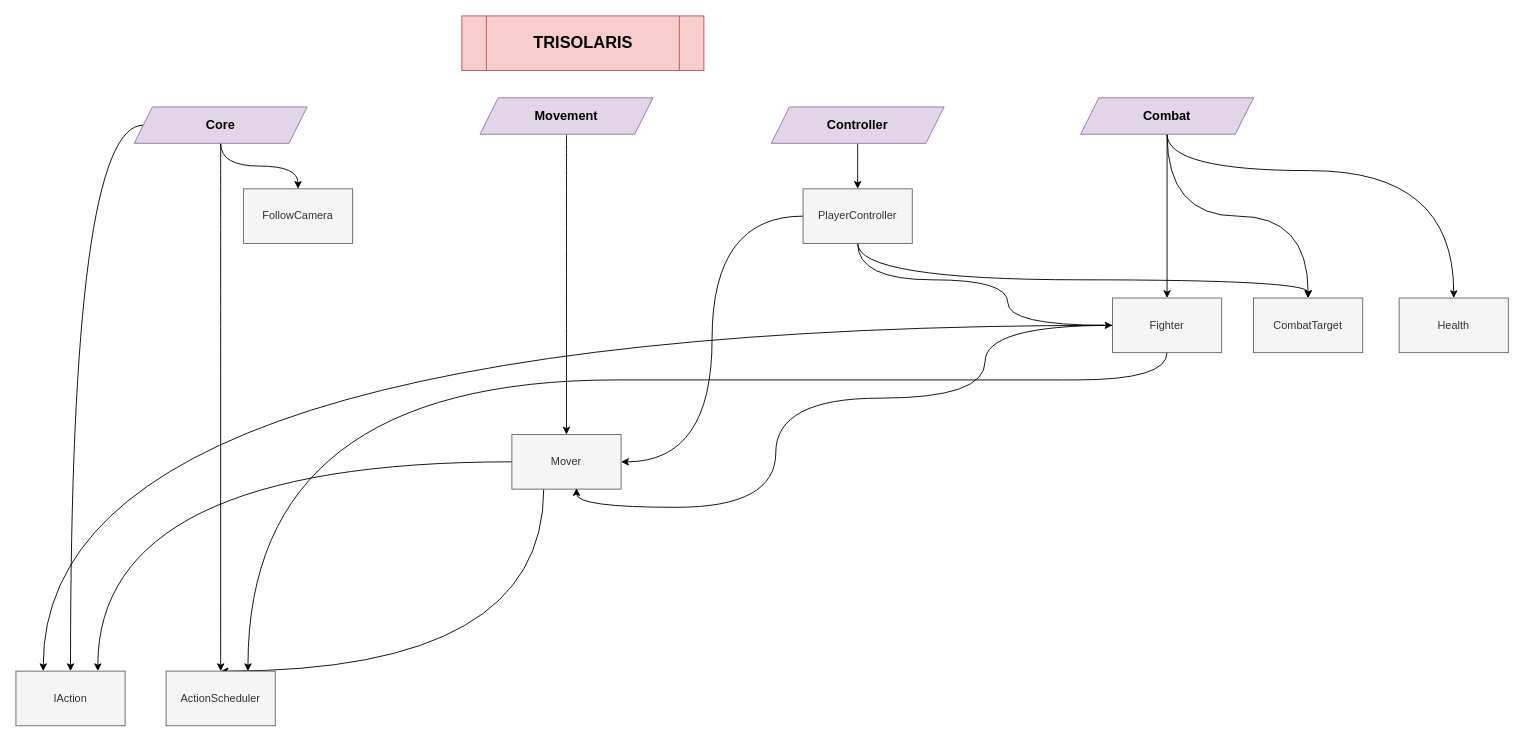
Above: Trisolaris Code Tree.drawio in ezoisil/Trisolaris (draw.io), before the change. Source tidied: cells renumbered, new cells numbered last; positions are measured from the earlier drawing's top-left corner, leaving out a move shared by most shapes. Both pictures are drawn from the tidied source at 91%, with x=0, y=0 at pixel (15, 15).
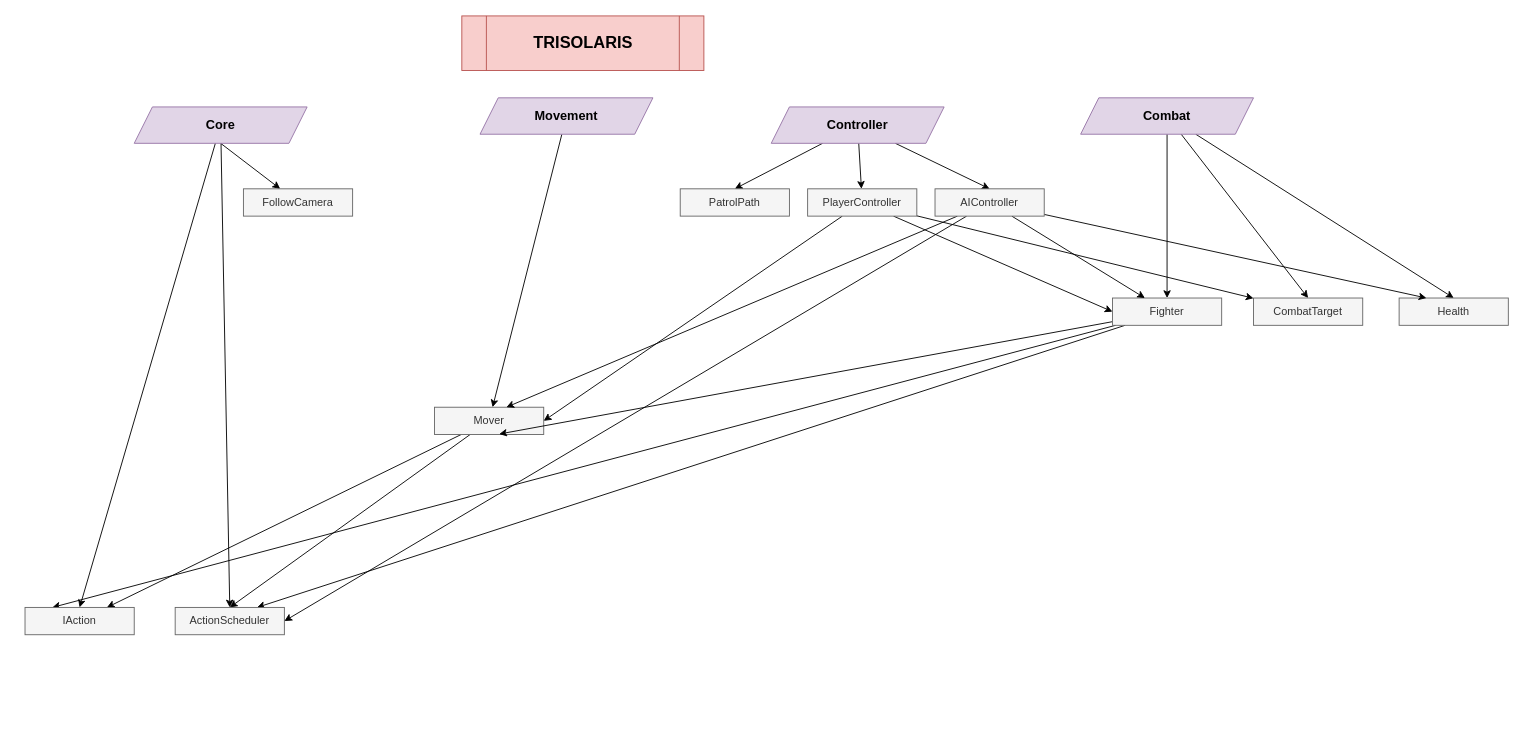
The same diagram, later.

The change refers to these unchanged cells:
```xml
<mxCell id="5" value="&lt;font style=&quot;font-size: 14px&quot;&gt;&lt;b&gt;Core&lt;/b&gt;&lt;/font&gt;" style="shape=parallelogram;perimeter=parallelogramPerimeter;whiteSpace=wrap;html=1;fixedSize=1;fillColor=#e1d5e7;strokeColor=#9673a6;" parent="1" vertex="1">
  <mxGeometry x="130" y="100" width="190" height="40" as="geometry" />
</mxCell>
<mxCell id="7" value="&lt;font style=&quot;font-size: 14px&quot;&gt;&lt;b&gt;Movement&lt;/b&gt;&lt;/font&gt;" style="shape=parallelogram;perimeter=parallelogramPerimeter;whiteSpace=wrap;html=1;fixedSize=1;fillColor=#e1d5e7;strokeColor=#9673a6;" parent="1" vertex="1">
  <mxGeometry x="510" y="90" width="190" height="40" as="geometry" />
</mxCell>
<mxCell id="9" value="&lt;font style=&quot;font-size: 14px&quot;&gt;&lt;b&gt;Controller&lt;/b&gt;&lt;/font&gt;" style="shape=parallelogram;perimeter=parallelogramPerimeter;whiteSpace=wrap;html=1;fixedSize=1;fillColor=#e1d5e7;strokeColor=#9673a6;" parent="1" vertex="1">
  <mxGeometry x="830" y="100" width="190" height="40" as="geometry" />
</mxCell>
<mxCell id="22" value="&lt;font style=&quot;font-size: 14px&quot;&gt;&lt;b&gt;Combat&lt;/b&gt;&lt;/font&gt;" style="shape=parallelogram;perimeter=parallelogramPerimeter;whiteSpace=wrap;html=1;fixedSize=1;fillColor=#e1d5e7;strokeColor=#9673a6;" parent="1" vertex="1">
  <mxGeometry x="1170" y="90" width="190" height="40" as="geometry" />
</mxCell>
```

The edit, as a diff of the source:
```diff
@@
-    <mxCell id="2" style="edgeStyle=orthogonalEdgeStyle;rounded=0;jettySize=auto;html=1;fontFamily=Helvetica;fontSize=12;fontColor=#333333;curved=1;exitX=0.5;exitY=1;exitDx=0;exitDy=0;" parent="1" edge="1" source="5" target="10">
+    <mxCell id="2" style="rounded=0;jettySize=auto;html=1;fontFamily=Helvetica;fontSize=12;fontColor=#333333;exitX=0.5;exitY=1;exitDx=0;exitDy=0;" parent="1" edge="1" source="5" target="10">
       <mxGeometry relative="1" as="geometry" />
     </mxCell>
-    <mxCell id="3" style="edgeStyle=orthogonalEdgeStyle;rounded=0;jettySize=auto;html=1;entryX=0.5;entryY=0;entryDx=0;entryDy=0;curved=1;" parent="1" edge="1" source="5" target="28">
+    <mxCell id="3" style="rounded=0;jettySize=auto;html=1;entryX=0.5;entryY=0;entryDx=0;entryDy=0;" parent="1" edge="1" source="5" target="28">
       <mxGeometry relative="1" as="geometry" />
     </mxCell>
-    <mxCell id="4" style="edgeStyle=orthogonalEdgeStyle;rounded=0;jettySize=auto;html=1;entryX=0.5;entryY=0;entryDx=0;entryDy=0;curved=1;" parent="1" edge="1" source="5" target="29">
+    <mxCell id="4" style="rounded=0;jettySize=auto;html=1;entryX=0.5;entryY=0;entryDx=0;entryDy=0;" parent="1" edge="1" source="5" target="29">
       <mxGeometry relative="1" as="geometry" />
     </mxCell>
@@
-    <mxCell id="6" style="edgeStyle=orthogonalEdgeStyle;rounded=0;jettySize=auto;html=1;fontFamily=Helvetica;fontSize=12;fontColor=#333333;curved=1;" parent="1" edge="1" source="7" target="13">
+    <mxCell id="6" style="rounded=0;jettySize=auto;html=1;fontFamily=Helvetica;fontSize=12;fontColor=#333333;" parent="1" edge="1" source="7" target="13">
       <mxGeometry relative="1" as="geometry" />
     </mxCell>
@@
-    <mxCell id="8" style="edgeStyle=orthogonalEdgeStyle;rounded=0;jettySize=auto;html=1;fontFamily=Helvetica;fontSize=12;fontColor=#333333;curved=1;" parent="1" edge="1" source="9" target="17">
+    <mxCell id="8" style="rounded=0;jettySize=auto;html=1;fontFamily=Helvetica;fontSize=12;fontColor=#333333;" parent="1" edge="1" source="9" target="17">
       <mxGeometry relative="1" as="geometry" />
     </mxCell>
+    <mxCell id="31" style="rounded=0;jettySize=auto;html=1;entryX=0.5;entryY=0;entryDx=0;entryDy=0;" parent="1" edge="1" source="9" target="37">
+      <mxGeometry relative="1" as="geometry" />
+    </mxCell>
+    <mxCell id="32" style="edgeStyle=none;rounded=0;jettySize=auto;html=1;entryX=0.5;entryY=0;entryDx=0;entryDy=0;" parent="1" edge="1" source="9" target="38">
+      <mxGeometry relative="1" as="geometry" />
+    </mxCell>
@@
     <mxCell id="10" value="FollowCamera" style="rounded=0;whiteSpace=wrap;html=1;fontFamily=Helvetica;fontSize=12;strokeColor=#666666;fillColor=#f5f5f5;fontColor=#333333;" parent="1" vertex="1">
-      <mxGeometry x="250" y="190" width="120" height="60" as="geometry" />
+      <mxGeometry x="250" y="190" width="120" height="30" as="geometry" />
     </mxCell>
-    <mxCell id="11" style="edgeStyle=orthogonalEdgeStyle;rounded=0;jettySize=auto;html=1;entryX=0.5;entryY=0;entryDx=0;entryDy=0;curved=1;" parent="1" edge="1" source="13" target="28">
-      <mxGeometry relative="1" as="geometry">
-        <Array as="points">
-          <mxPoint x="580" y="720" />
-        </Array>
-      </mxGeometry>
+    <mxCell id="11" style="rounded=0;jettySize=auto;html=1;entryX=0.5;entryY=0;entryDx=0;entryDy=0;" parent="1" edge="1" source="13" target="28">
+      <mxGeometry relative="1" as="geometry" />
     </mxCell>
-    <mxCell id="12" style="edgeStyle=orthogonalEdgeStyle;curved=1;rounded=0;jettySize=auto;html=1;entryX=0.75;entryY=0;entryDx=0;entryDy=0;" parent="1" edge="1" source="13" target="29">
+    <mxCell id="12" style="rounded=0;jettySize=auto;html=1;entryX=0.75;entryY=0;entryDx=0;entryDy=0;" parent="1" edge="1" source="13" target="29">
       <mxGeometry relative="1" as="geometry" />
     </mxCell>
     <mxCell id="13" value="Mover" style="rounded=0;whiteSpace=wrap;html=1;fontFamily=Helvetica;fontSize=12;strokeColor=#666666;fillColor=#f5f5f5;fontColor=#333333;" parent="1" vertex="1">
-      <mxGeometry x="545" y="460" width="120" height="60" as="geometry" />
+      <mxGeometry x="460" y="430" width="120" height="30" as="geometry" />
     </mxCell>
-    <mxCell id="14" style="edgeStyle=orthogonalEdgeStyle;rounded=0;jettySize=auto;html=1;fontFamily=Helvetica;fontSize=18;fontColor=#333333;curved=1;entryX=1;entryY=0.5;entryDx=0;entryDy=0;" parent="1" edge="1" source="17" target="13">
+    <mxCell id="14" style="rounded=0;jettySize=auto;html=1;fontFamily=Helvetica;fontSize=18;fontColor=#333333;entryX=1;entryY=0.5;entryDx=0;entryDy=0;" parent="1" edge="1" source="17" target="13">
       <mxGeometry relative="1" as="geometry" />
     </mxCell>
-    <mxCell id="15" style="edgeStyle=orthogonalEdgeStyle;rounded=0;jettySize=auto;html=1;entryX=0;entryY=0.5;entryDx=0;entryDy=0;fontFamily=Helvetica;fontSize=18;fontColor=#333333;curved=1;" parent="1" edge="1" source="17" target="26">
-      <mxGeometry relative="1" as="geometry">
-        <Array as="points">
-          <mxPoint x="925" y="290" />
-          <mxPoint x="1090" y="290" />
-          <mxPoint x="1090" y="340" />
-        </Array>
-      </mxGeometry>
+    <mxCell id="15" style="rounded=0;jettySize=auto;html=1;entryX=0;entryY=0.5;entryDx=0;entryDy=0;fontFamily=Helvetica;fontSize=18;fontColor=#333333;" parent="1" edge="1" source="17" target="26">
+      <mxGeometry relative="1" as="geometry" />
     </mxCell>
-    <mxCell id="16" style="edgeStyle=orthogonalEdgeStyle;rounded=0;jettySize=auto;html=1;fontFamily=Helvetica;fontSize=18;fontColor=#333333;curved=1;" parent="1" edge="1" source="17" target="27">
-      <mxGeometry relative="1" as="geometry">
-        <Array as="points">
-          <mxPoint x="925" y="290" />
-          <mxPoint x="1420" y="290" />
-        </Array>
-      </mxGeometry>
+    <mxCell id="16" style="rounded=0;jettySize=auto;html=1;fontFamily=Helvetica;fontSize=18;fontColor=#333333;" parent="1" edge="1" source="17" target="27">
+      <mxGeometry relative="1" as="geometry" />
     </mxCell>
     <mxCell id="17" value="PlayerController" style="rounded=0;whiteSpace=wrap;html=1;fontFamily=Helvetica;fontSize=12;strokeColor=#666666;fillColor=#f5f5f5;fontColor=#333333;" parent="1" vertex="1">
-      <mxGeometry x="865" y="190" width="120" height="60" as="geometry" />
+      <mxGeometry x="870" y="190" width="120" height="30" as="geometry" />
     </mxCell>
@@
-    <mxCell id="19" style="edgeStyle=orthogonalEdgeStyle;rounded=0;jettySize=auto;html=1;fontFamily=Helvetica;fontSize=18;fontColor=#333333;curved=1;" parent="1" edge="1" source="22" target="26">
+    <mxCell id="19" style="rounded=0;jettySize=auto;html=1;fontFamily=Helvetica;fontSize=18;fontColor=#333333;" parent="1" edge="1" source="22" target="26">
       <mxGeometry relative="1" as="geometry" />
     </mxCell>
-    <mxCell id="20" style="edgeStyle=orthogonalEdgeStyle;rounded=0;jettySize=auto;html=1;entryX=0.5;entryY=0;entryDx=0;entryDy=0;fontFamily=Helvetica;fontSize=18;fontColor=#333333;curved=1;" parent="1" edge="1" source="22" target="27">
+    <mxCell id="20" style="rounded=0;jettySize=auto;html=1;entryX=0.5;entryY=0;entryDx=0;entryDy=0;fontFamily=Helvetica;fontSize=18;fontColor=#333333;" parent="1" edge="1" source="22" target="27">
       <mxGeometry relative="1" as="geometry" />
     </mxCell>
-    <mxCell id="21" style="edgeStyle=orthogonalEdgeStyle;curved=1;rounded=0;jettySize=auto;html=1;entryX=0.5;entryY=0;entryDx=0;entryDy=0;" parent="1" edge="1" source="22" target="30">
-      <mxGeometry relative="1" as="geometry">
-        <Array as="points">
-          <mxPoint x="1265" y="170" />
-          <mxPoint x="1580" y="170" />
-        </Array>
-      </mxGeometry>
+    <mxCell id="21" style="rounded=0;jettySize=auto;html=1;entryX=0.5;entryY=0;entryDx=0;entryDy=0;" parent="1" edge="1" source="22" target="30">
+      <mxGeometry relative="1" as="geometry" />
     </mxCell>
@@
-    <mxCell id="23" style="edgeStyle=orthogonalEdgeStyle;curved=1;rounded=0;jettySize=auto;html=1;entryX=0.75;entryY=0;entryDx=0;entryDy=0;" parent="1" edge="1" source="26" target="28">
-      <mxGeometry relative="1" as="geometry">
-        <Array as="points">
-          <mxPoint x="1065" y="400" />
-          <mxPoint x="405" y="400" />
-        </Array>
-      </mxGeometry>
+    <mxCell id="23" style="rounded=0;jettySize=auto;html=1;entryX=0.75;entryY=0;entryDx=0;entryDy=0;" parent="1" edge="1" source="26" target="28">
+      <mxGeometry relative="1" as="geometry" />
     </mxCell>
-    <mxCell id="24" style="edgeStyle=orthogonalEdgeStyle;curved=1;rounded=0;jettySize=auto;html=1;entryX=0.592;entryY=0.983;entryDx=0;entryDy=0;entryPerimeter=0;" parent="1" edge="1" source="26" target="13">
-      <mxGeometry relative="1" as="geometry">
-        <Array as="points">
-          <mxPoint x="1065" y="420" />
-          <mxPoint x="835" y="420" />
-          <mxPoint x="835" y="540" />
-          <mxPoint x="616" y="540" />
-        </Array>
-      </mxGeometry>
+    <mxCell id="24" style="rounded=0;jettySize=auto;html=1;entryX=0.592;entryY=0.983;entryDx=0;entryDy=0;entryPerimeter=0;" parent="1" edge="1" source="26" target="13">
+      <mxGeometry relative="1" as="geometry" />
     </mxCell>
-    <mxCell id="25" style="edgeStyle=orthogonalEdgeStyle;curved=1;rounded=0;jettySize=auto;html=1;entryX=0.25;entryY=0;entryDx=0;entryDy=0;" parent="1" edge="1" source="26" target="29">
+    <mxCell id="25" style="rounded=0;jettySize=auto;html=1;entryX=0.25;entryY=0;entryDx=0;entryDy=0;" parent="1" edge="1" source="26" target="29">
       <mxGeometry relative="1" as="geometry" />
     </mxCell>
     <mxCell id="26" value="Fighter" style="rounded=0;whiteSpace=wrap;html=1;fontFamily=Helvetica;fontSize=12;strokeColor=#666666;fillColor=#f5f5f5;fontColor=#333333;" parent="1" vertex="1">
-      <mxGeometry x="1205" y="310" width="120" height="60" as="geometry" />
+      <mxGeometry x="1205" y="310" width="120" height="30" as="geometry" />
     </mxCell>
     <mxCell id="27" value="CombatTarget" style="rounded=0;whiteSpace=wrap;html=1;fontFamily=Helvetica;fontSize=12;strokeColor=#666666;fillColor=#f5f5f5;fontColor=#333333;" parent="1" vertex="1">
-      <mxGeometry x="1360" y="310" width="120" height="60" as="geometry" />
+      <mxGeometry x="1360" y="310" width="120" height="30" as="geometry" />
     </mxCell>
     <mxCell id="28" value="ActionScheduler" style="rounded=0;whiteSpace=wrap;html=1;fontFamily=Helvetica;fontSize=12;strokeColor=#666666;fillColor=#f5f5f5;fontColor=#333333;" parent="1" vertex="1">
-      <mxGeometry x="165" y="720" width="120" height="60" as="geometry" />
+      <mxGeometry x="175" y="650" width="120" height="30" as="geometry" />
     </mxCell>
     <mxCell id="29" value="IAction" style="rounded=0;whiteSpace=wrap;html=1;fontFamily=Helvetica;fontSize=12;strokeColor=#666666;fillColor=#f5f5f5;fontColor=#333333;" parent="1" vertex="1">
-      <mxGeometry y="720" width="120" height="60" as="geometry" />
+      <mxGeometry x="10" y="650" width="120" height="30" as="geometry" />
     </mxCell>
     <mxCell id="30" value="Health" style="rounded=0;whiteSpace=wrap;html=1;fontFamily=Helvetica;fontSize=12;strokeColor=#666666;fillColor=#f5f5f5;fontColor=#333333;" parent="1" vertex="1">
-      <mxGeometry x="1520" y="310" width="120" height="60" as="geometry" />
+      <mxGeometry x="1520" y="310" width="120" height="30" as="geometry" />
     </mxCell>
+    <mxCell id="33" style="edgeStyle=none;rounded=0;jettySize=auto;html=1;" parent="1" edge="1" source="37" target="26">
+      <mxGeometry relative="1" as="geometry" />
+    </mxCell>
+    <mxCell id="34" style="edgeStyle=none;rounded=0;jettySize=auto;html=1;entryX=0.25;entryY=0;entryDx=0;entryDy=0;" parent="1" edge="1" source="37" target="30">
+      <mxGeometry relative="1" as="geometry" />
+    </mxCell>
+    <mxCell id="35" style="edgeStyle=none;rounded=0;jettySize=auto;html=1;entryX=0.658;entryY=0;entryDx=0;entryDy=0;entryPerimeter=0;" parent="1" edge="1" source="37" target="13">
+      <mxGeometry relative="1" as="geometry" />
+    </mxCell>
+    <mxCell id="36" style="edgeStyle=none;rounded=0;jettySize=auto;html=1;entryX=1;entryY=0.5;entryDx=0;entryDy=0;" parent="1" edge="1" source="37" target="28">
+      <mxGeometry relative="1" as="geometry" />
+    </mxCell>
+    <mxCell id="37" value="AIController" style="rounded=0;whiteSpace=wrap;html=1;fontFamily=Helvetica;fontSize=12;strokeColor=#666666;fillColor=#f5f5f5;fontColor=#333333;" parent="1" vertex="1">
+      <mxGeometry x="1010" y="190" width="120" height="30" as="geometry" />
+    </mxCell>
+    <mxCell id="38" value="PatrolPath" style="rounded=0;whiteSpace=wrap;html=1;fontFamily=Helvetica;fontSize=12;strokeColor=#666666;fillColor=#f5f5f5;fontColor=#333333;" parent="1" vertex="1">
+      <mxGeometry x="730" y="190" width="120" height="30" as="geometry" />
+    </mxCell>
```
